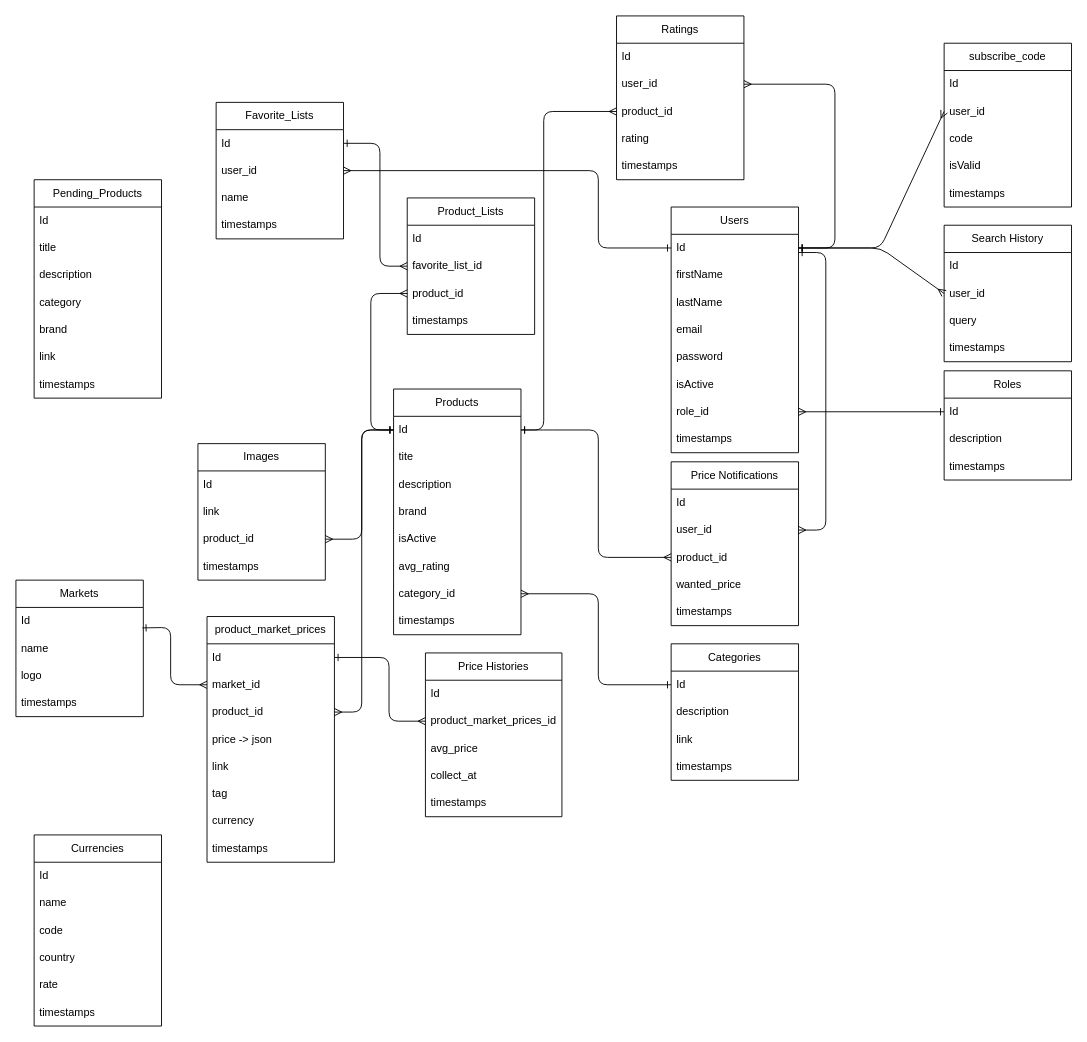
Before: Planning/DbStructure.drawio in ClaudioRSGit/Webscraper, a draw.io diagram. Source tidied: cells renumbered, new cells numbered last; positions are measured from the earlier drawing's top-left corner, leaving out a move shared by most shapes. Both pictures are drawn from the tidied source at 91%, with x=0, y=0 at pixel (15, 15).
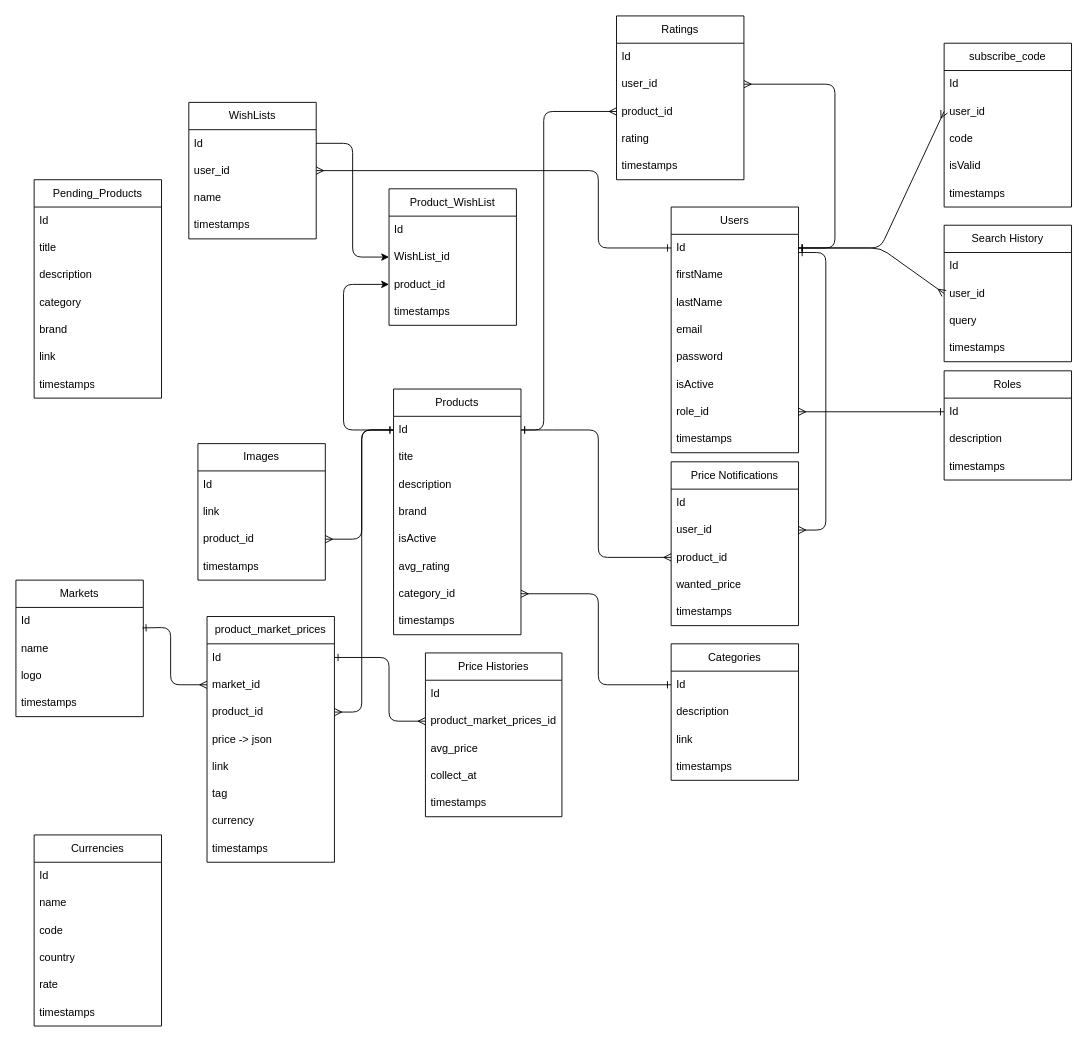
After the change.

Unchanged cells that the change refers to:
```xml
<mxCell id="22" value="Id" style="text;strokeColor=none;fillColor=none;align=left;verticalAlign=middle;spacingLeft=4;spacingRight=4;overflow=hidden;points=[[0,0.5],[1,0.5]];portConstraint=eastwest;whiteSpace=wrap;html=1;" parent="21" vertex="1">
  <mxGeometry y="30" width="140" height="30" as="geometry" />
</mxCell>
<mxCell id="96" value="Id" style="text;strokeColor=none;fillColor=none;align=left;verticalAlign=middle;spacingLeft=4;spacingRight=4;overflow=hidden;points=[[0,0.5],[1,0.5]];portConstraint=eastwest;whiteSpace=wrap;html=1;" parent="95" vertex="1">
  <mxGeometry y="30" width="140" height="30" as="geometry" />
</mxCell>
<mxCell id="103" value="product_id" style="text;strokeColor=none;fillColor=none;align=left;verticalAlign=middle;spacingLeft=4;spacingRight=4;overflow=hidden;points=[[0,0.5],[1,0.5]];portConstraint=eastwest;whiteSpace=wrap;html=1;" parent="100" vertex="1">
  <mxGeometry y="90" width="140" height="30" as="geometry" />
</mxCell>
```

What changed in the source:
```diff
@@
-    <mxCell id="95" value="Favorite_Lists" style="swimlane;fontStyle=0;horizontal=1;startSize=30;whiteSpace=wrap;html=1;" parent="1" vertex="1">
-      <mxGeometry x="220" y="95" width="140" height="150" as="geometry" />
+    <mxCell id="95" value="WishLists" style="swimlane;fontStyle=0;horizontal=1;startSize=30;whiteSpace=wrap;html=1;" parent="1" vertex="1">
+      <mxGeometry x="190" y="95" width="140" height="150" as="geometry" />
     </mxCell>
@@
-    <mxCell id="100" value="Product_Lists" style="swimlane;fontStyle=0;horizontal=1;startSize=30;whiteSpace=wrap;html=1;" parent="1" vertex="1">
-      <mxGeometry x="430" y="200" width="140" height="150" as="geometry" />
+    <mxCell id="100" value="Product_WishList" style="swimlane;fontStyle=0;horizontal=1;startSize=30;whiteSpace=wrap;html=1;" parent="1" vertex="1">
+      <mxGeometry x="410" y="190" width="140" height="150" as="geometry" />
     </mxCell>
@@
-    <mxCell id="102" value="favorite_list_id" style="text;strokeColor=none;fillColor=none;align=left;verticalAlign=middle;spacingLeft=4;spacingRight=4;overflow=hidden;points=[[0,0.5],[1,0.5]];portConstraint=eastwest;whiteSpace=wrap;html=1;" parent="100" vertex="1">
+    <mxCell id="102" value="WishList_id" style="text;strokeColor=none;fillColor=none;align=left;verticalAlign=middle;spacingLeft=4;spacingRight=4;overflow=hidden;points=[[0,0.5],[1,0.5]];portConstraint=eastwest;whiteSpace=wrap;html=1;" parent="100" vertex="1">
       <mxGeometry y="60" width="140" height="30" as="geometry" />
     </mxCell>
@@
-    <mxCell id="105" style="edgeStyle=none;html=1;entryX=0;entryY=0.5;entryDx=0;entryDy=0;startArrow=ERone;startFill=0;endArrow=ERmany;endFill=0;exitX=0;exitY=0.5;exitDx=0;exitDy=0;" parent="1" edge="1" source="22" target="103">
-      <mxGeometry relative="1" as="geometry">
-        <Array as="points">
-          <mxPoint x="390" y="455" />
-          <mxPoint x="390" y="305" />
-        </Array>
-      </mxGeometry>
-    </mxCell>
@@
-    <mxCell id="107" style="edgeStyle=none;html=1;entryX=0;entryY=0.5;entryDx=0;entryDy=0;startArrow=ERone;startFill=0;endArrow=ERmany;endFill=0;exitX=1;exitY=0.5;exitDx=0;exitDy=0;" parent="1" edge="1" source="96" target="102">
-      <mxGeometry relative="1" as="geometry">
-        <Array as="points">
-          <mxPoint x="400" y="140" />
-          <mxPoint x="400" y="275" />
-        </Array>
-      </mxGeometry>
-    </mxCell>
@@
+    <mxCell id="105" style="edgeStyle=none;html=1;entryX=0;entryY=0.5;entryDx=0;entryDy=0;exitX=0;exitY=0.5;exitDx=0;exitDy=0;" parent="1" edge="1" source="22" target="103">
+      <mxGeometry relative="1" as="geometry">
+        <Array as="points">
+          <mxPoint x="360" y="455" />
+          <mxPoint x="360" y="295" />
+        </Array>
+      </mxGeometry>
+    </mxCell>
+    <mxCell id="107" style="edgeStyle=none;html=1;exitX=1;exitY=0.5;exitDx=0;exitDy=0;entryX=0;entryY=0.5;entryDx=0;entryDy=0;" parent="1" edge="1" source="96" target="102">
+      <mxGeometry relative="1" as="geometry">
+        <Array as="points">
+          <mxPoint x="370" y="140" />
+          <mxPoint x="370" y="265" />
+        </Array>
+      </mxGeometry>
+    </mxCell>
```
